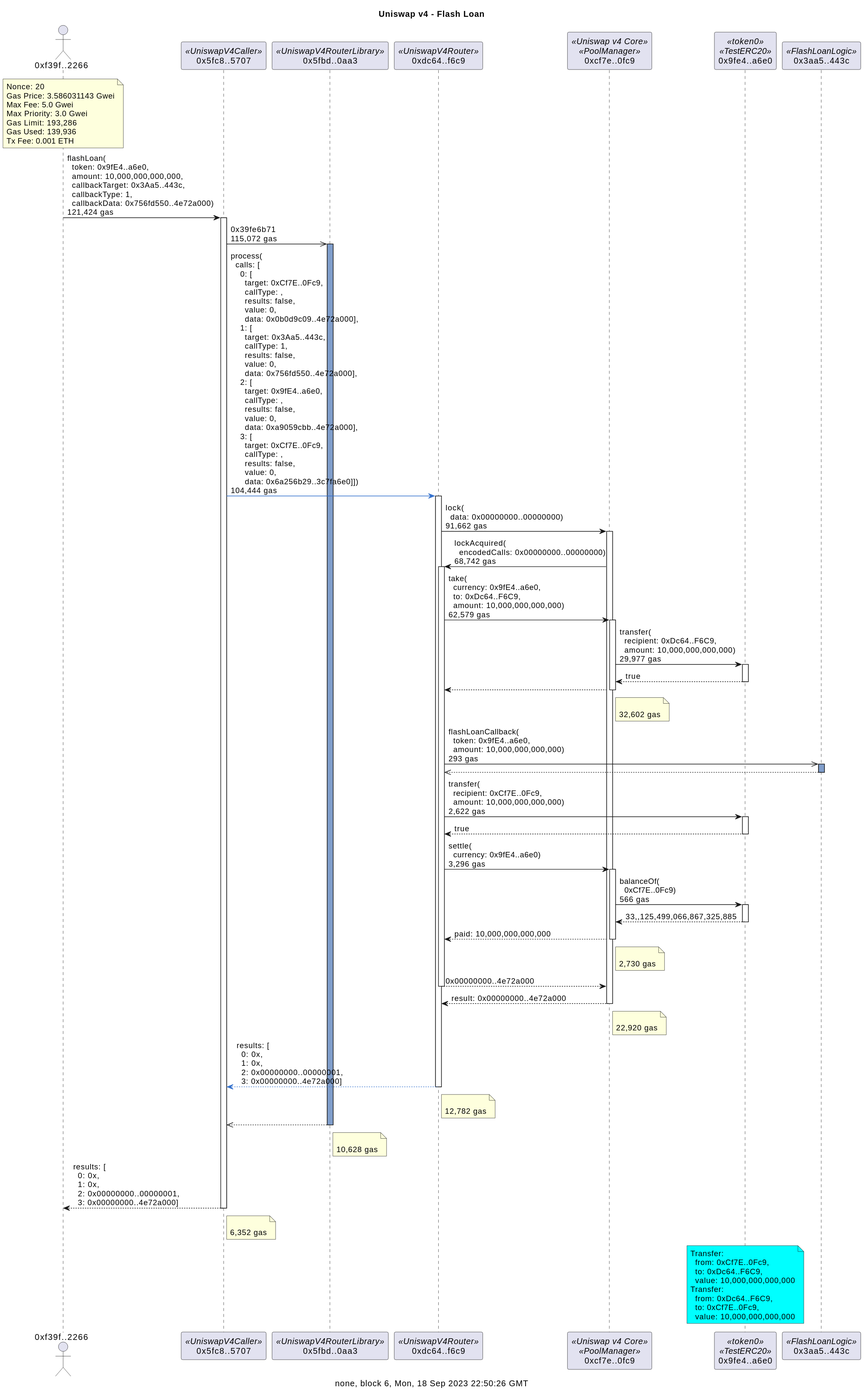
naddison36/uniswap-v4-hooks keeps this PlantUML diagram as docs/flashLoanDetailed.svg. Above is the earlier version.
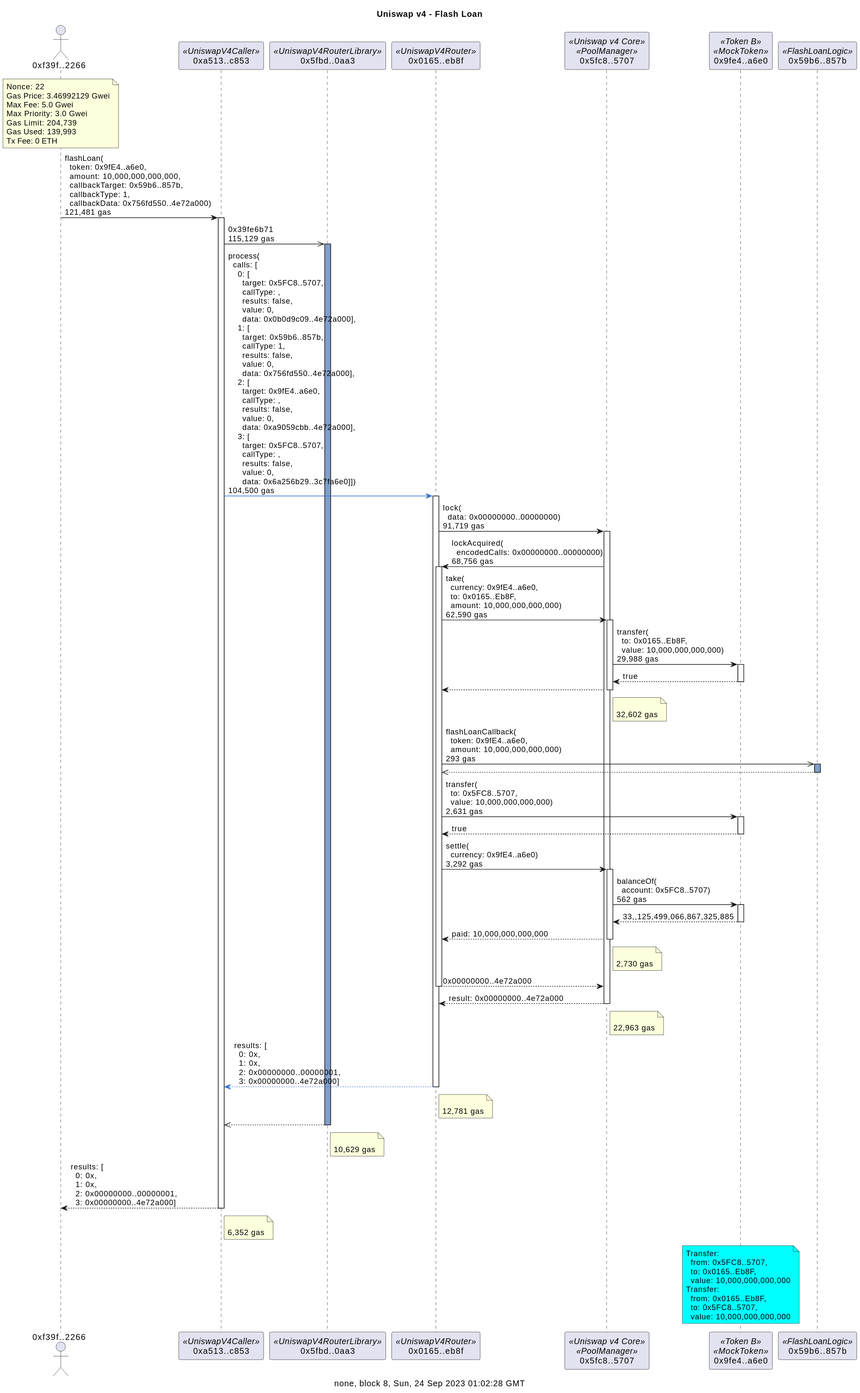
Later version of the same file.

Change to the diagram source:
```diff
@@ -1,73 +1,73 @@
 @startuml
 title Uniswap v4 - Flash Loan
 
-caption none, block 6, Mon, 18 Sep 2023 22:50:26 GMT
+caption none, block 8, Sun, 24 Sep 2023 01:02:28 GMT
 actor "0xf39f..2266" as f39f2266
-participant "0x5fc8..5707" as 5fc85707 <<UniswapV4Caller>>
+participant "0xa513..c853" as a513c853 <<UniswapV4Caller>>
 participant "0x5fbd..0aa3" as 5fbd0aa3 <<UniswapV4RouterLibrary>>
-participant "0xdc64..f6c9" as dc64f6c9 <<UniswapV4Router>>
-participant "0xcf7e..0fc9" as cf7e0fc9 <<Uniswap v4 Core>><<PoolManager>>
-participant "0x9fe4..a6e0" as 9fe4a6e0 <<token0>><<TestERC20>>
-participant "0x3aa5..443c" as 3aa5443c <<FlashLoanLogic>>
+participant "0x0165..eb8f" as 0165eb8f <<UniswapV4Router>>
+participant "0x5fc8..5707" as 5fc85707 <<Uniswap v4 Core>><<PoolManager>>
+participant "0x9fe4..a6e0" as 9fe4a6e0 <<Token B>><<MockToken>>
+participant "0x59b6..857b" as 59b6857b <<FlashLoanLogic>>
 
 note over f39f2266
-Nonce: 20
-Gas Price: 3.586031143 Gwei
+Nonce: 22
+Gas Price: 3.46992129 Gwei
 Max Fee: 5.0 Gwei
 Max Priority: 3.0 Gwei
-Gas Limit: 193,286
-Gas Used: 139,936
-Tx Fee: 0.001 ETH
+Gas Limit: 204,739
+Gas Used: 139,993
+Tx Fee: 0 ETH
 end note
 
-f39f2266 -> 5fc85707: flashLoan(\n  token: 0x9fE4..a6e0,\n  amount: 10,000,000,000,000,\n  callbackTarget: 0x3Aa5..443c,\n  callbackType: 1,\n  callbackData: 0x756fd550..4e72a000)\n121,424 gas
+f39f2266 -> a513c853: flashLoan(\n  token: 0x9fE4..a6e0,\n  amount: 10,000,000,000,000,\n  callbackTarget: 0x59b6..857b,\n  callbackType: 1,\n  callbackData: 0x756fd550..4e72a000)\n121,481 gas
+activate a513c853
+a513c853 ->> 5fbd0aa3: 0x39fe6b71\n115,129 gas
+activate 5fbd0aa3 #809ECB
+a513c853 -[#3471CD]> 0165eb8f: process(\n  calls: [\n    0: [\n      target: 0x5FC8..5707,\n      callType: ,\n      results: false,\n      value: 0,\n      data: 0x0b0d9c09..4e72a000],\n    1: [\n      target: 0x59b6..857b,\n      callType: 1,\n      results: false,\n      value: 0,\n      data: 0x756fd550..4e72a000],\n    2: [\n      target: 0x9fE4..a6e0,\n      callType: ,\n      results: false,\n      value: 0,\n      data: 0xa9059cbb..4e72a000],\n    3: [\n      target: 0x5FC8..5707,\n      callType: ,\n      results: false,\n      value: 0,\n      data: 0x6a256b29..3c7fa6e0]])\n104,500 gas
+activate 0165eb8f
+0165eb8f -> 5fc85707: lock(\n  data: 0x00000000..00000000)\n91,719 gas
 activate 5fc85707
-5fc85707 ->> 5fbd0aa3: 0x39fe6b71\n115,072 gas
-activate 5fbd0aa3 #809ECB
-5fc85707 -[#3471CD]> dc64f6c9: process(\n  calls: [\n    0: [\n      target: 0xCf7E..0Fc9,\n      callType: ,\n      results: false,\n      value: 0,\n      data: 0x0b0d9c09..4e72a000],\n    1: [\n      target: 0x3Aa5..443c,\n      callType: 1,\n      results: false,\n      value: 0,\n      data: 0x756fd550..4e72a000],\n    2: [\n      target: 0x9fE4..a6e0,\n      callType: ,\n      results: false,\n      value: 0,\n      data: 0xa9059cbb..4e72a000],\n    3: [\n      target: 0xCf7E..0Fc9,\n      callType: ,\n      results: false,\n      value: 0,\n      data: 0x6a256b29..3c7fa6e0]])\n104,444 gas
-activate dc64f6c9
-dc64f6c9 -> cf7e0fc9: lock(\n  data: 0x00000000..00000000)\n91,662 gas
-activate cf7e0fc9
-cf7e0fc9 -> dc64f6c9: lockAcquired(\n  encodedCalls: 0x00000000..00000000)\n68,742 gas
-activate dc64f6c9
-dc64f6c9 -> cf7e0fc9: take(\n  currency: 0x9fE4..a6e0,\n  to: 0xDc64..F6C9,\n  amount: 10,000,000,000,000)\n62,579 gas
-activate cf7e0fc9
-cf7e0fc9 -> 9fe4a6e0: transfer(\n  recipient: 0xDc64..F6C9,\n  amount: 10,000,000,000,000)\n29,977 gas
+5fc85707 -> 0165eb8f: lockAcquired(\n  encodedCalls: 0x00000000..00000000)\n68,756 gas
+activate 0165eb8f
+0165eb8f -> 5fc85707: take(\n  currency: 0x9fE4..a6e0,\n  to: 0x0165..Eb8F,\n  amount: 10,000,000,000,000)\n62,590 gas
+activate 5fc85707
+5fc85707 -> 9fe4a6e0: transfer(\n  to: 0x0165..Eb8F,\n  value: 10,000,000,000,000)\n29,988 gas
 activate 9fe4a6e0
 return true
 return
-note right of cf7e0fc9: \n32,602 gas
-dc64f6c9 ->> 3aa5443c: flashLoanCallback(\n  token: 0x9fE4..a6e0,\n  amount: 10,000,000,000,000)\n293 gas
-activate 3aa5443c #809ECB
+note right of 5fc85707: \n32,602 gas
+0165eb8f ->> 59b6857b: flashLoanCallback(\n  token: 0x9fE4..a6e0,\n  amount: 10,000,000,000,000)\n293 gas
+activate 59b6857b #809ECB
 return
-dc64f6c9 -> 9fe4a6e0: transfer(\n  recipient: 0xCf7E..0Fc9,\n  amount: 10,000,000,000,000)\n2,622 gas
+0165eb8f -> 9fe4a6e0: transfer(\n  to: 0x5FC8..5707,\n  value: 10,000,000,000,000)\n2,631 gas
 activate 9fe4a6e0
 return true
-dc64f6c9 -> cf7e0fc9: settle(\n  currency: 0x9fE4..a6e0)\n3,296 gas
-activate cf7e0fc9
-cf7e0fc9 -> 9fe4a6e0: balanceOf(\n  0xCf7E..0Fc9)\n566 gas
+0165eb8f -> 5fc85707: settle(\n  currency: 0x9fE4..a6e0)\n3,292 gas
+activate 5fc85707
+5fc85707 -> 9fe4a6e0: balanceOf(\n  account: 0x5FC8..5707)\n562 gas
 activate 9fe4a6e0
 return 33,,125,499,066,867,325,885
 return paid: 10,000,000,000,000
-note right of cf7e0fc9: \n2,730 gas
+note right of 5fc85707: \n2,730 gas
 return 0x00000000..4e72a000
 return result: 0x00000000..4e72a000
-note right of cf7e0fc9: \n22,920 gas
+note right of 5fc85707: \n22,963 gas
 return results: [\n  0: 0x,\n  1: 0x,\n  2: 0x00000000..00000001,\n  3: 0x00000000..4e72a000]
-note right of dc64f6c9: \n12,782 gas
+note right of 0165eb8f: \n12,781 gas
 return
-note right of 5fbd0aa3: \n10,628 gas
+note right of 5fbd0aa3: \n10,629 gas
 return results: [\n  0: 0x,\n  1: 0x,\n  2: 0x00000000..00000001,\n  3: 0x00000000..4e72a000]
-note right of 5fc85707: \n6,352 gas
+note right of a513c853: \n6,352 gas
 
 note over 9fe4a6e0 #aqua
 Transfer:
-  from: 0xCf7E..0Fc9,
-  to: 0xDc64..F6C9,
+  from: 0x5FC8..5707,
+  to: 0x0165..Eb8F,
   value: 10,000,000,000,000
 Transfer:
-  from: 0xDc64..F6C9,
-  to: 0xCf7E..0Fc9,
+  from: 0x0165..Eb8F,
+  to: 0x5FC8..5707,
   value: 10,000,000,000,000
 end note
 @enduml
```
